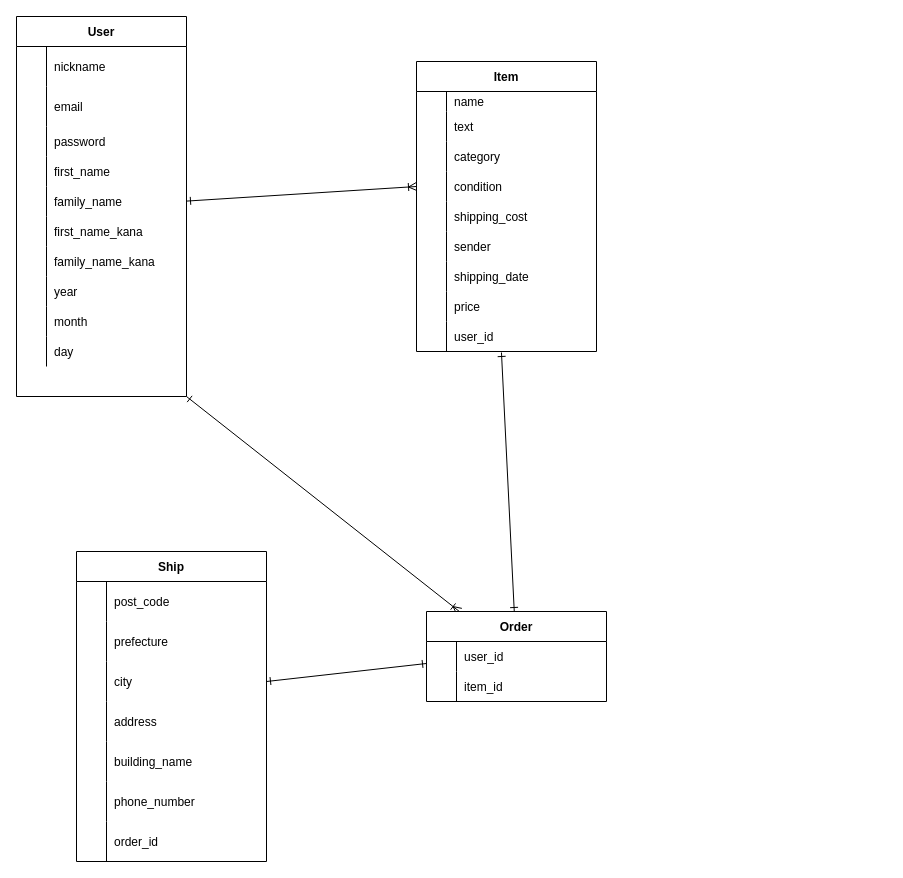
This is ER図.dio from kawamoto06/furima-38635, a draw.io file, before an edit. Source tidied: cells renumbered, new cells numbered last; positions are measured from the earlier drawing's top-left corner, leaving out a move shared by most shapes. Both pictures are drawn from the tidied source at 100%, with x=0, y=0 at pixel (16, 16).
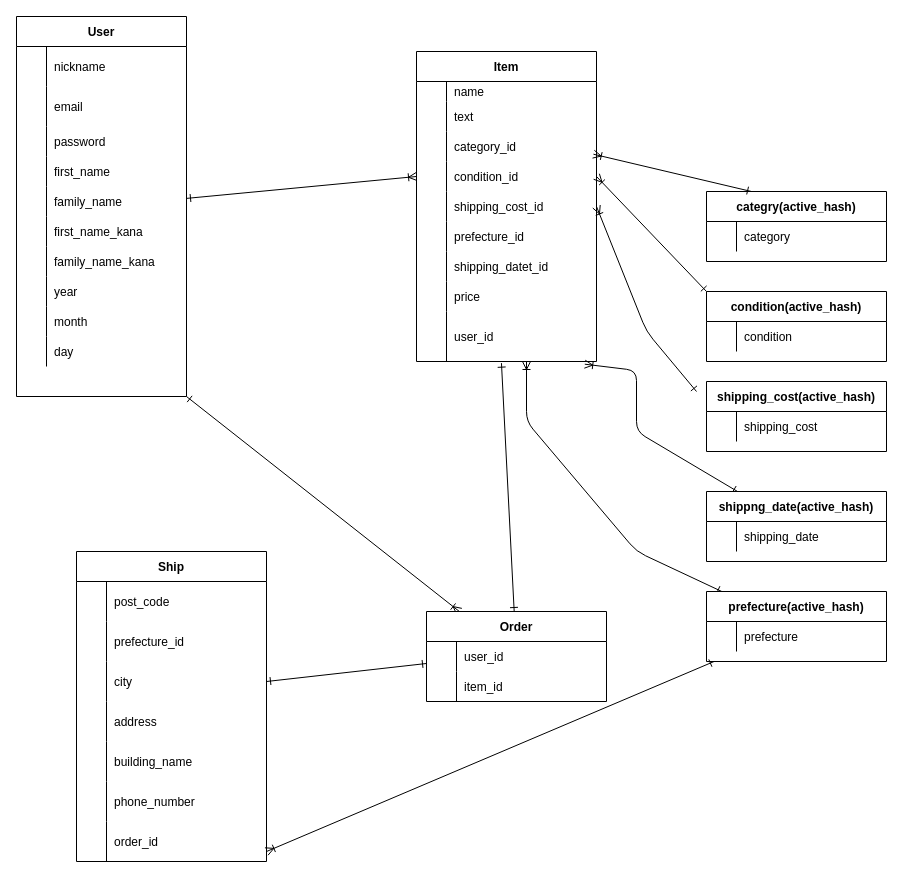
The same diagram, later.

Commit message (it also covers changes not shown here):
データベース設計修正#1

The change refers to these unchanged cells:
```xml
<mxCell id="42" style="shape=partialRectangle;fillColor=none;top=0;left=0;bottom=0;right=0;" parent="35" vertex="1">
  <mxGeometry y="80" width="180" height="30" as="geometry" />
</mxCell>
<mxCell id="45" style="shape=partialRectangle;fillColor=none;top=0;left=0;bottom=0;right=0;points=[[0,0.5],[1,0.5]];portConstraint=eastwest;" parent="35" vertex="1">
  <mxGeometry y="110" width="180" height="30" as="geometry" />
</mxCell>
<mxCell id="48" style="shape=partialRectangle;fillColor=none;top=0;left=0;bottom=0;right=0;points=[[0,0.5],[1,0.5]];portConstraint=eastwest;" parent="35" vertex="1">
  <mxGeometry y="140" width="180" height="30" as="geometry" />
</mxCell>
<mxCell id="51" style="shape=partialRectangle;fillColor=none;top=0;left=0;bottom=0;right=0;" parent="35" vertex="1">
  <mxGeometry y="170" width="180" height="30" as="geometry" />
</mxCell>
<mxCell id="54" style="shape=partialRectangle;fillColor=none;top=0;left=0;bottom=0;right=0;" parent="35" vertex="1">
  <mxGeometry y="200" width="180" height="30" as="geometry" />
</mxCell>
<mxCell id="75" style="shape=partialRectangle;fillColor=none;top=0;left=0;bottom=0;right=0;" parent="71" vertex="1">
  <mxGeometry y="70" width="190" height="40" as="geometry" />
</mxCell>
```

Change to the diagram source:
```diff
@@
     <mxCell id="35" value="Item" style="shape=table;startSize=30;childLayout=tableLayout;rowLines=0;fontStyle=1;align=center;strokeColor=default;" parent="1" vertex="1">
-      <mxGeometry x="400" y="45" width="180" height="290" as="geometry" />
+      <mxGeometry x="400" y="35" width="180" height="310" as="geometry" />
     </mxCell>
@@
-    <mxCell id="44" value="category" style="shape=partialRectangle;fillColor=none;top=0;left=0;bottom=0;right=0;align=left;spacingLeft=6;overflow=hidden;" parent="42" vertex="1">
+    <mxCell id="44" value="category_id" style="shape=partialRectangle;fillColor=none;top=0;left=0;bottom=0;right=0;align=left;spacingLeft=6;overflow=hidden;" parent="42" vertex="1">
       <mxGeometry x="30" width="150" height="30" as="geometry" />
     </mxCell>
@@
-    <mxCell id="47" value="condition" style="shape=partialRectangle;fillColor=none;top=0;left=0;bottom=0;right=0;align=left;spacingLeft=6;overflow=hidden;" parent="45" vertex="1">
+    <mxCell id="47" value="condition_id" style="shape=partialRectangle;fillColor=none;top=0;left=0;bottom=0;right=0;align=left;spacingLeft=6;overflow=hidden;" parent="45" vertex="1">
       <mxGeometry x="30" width="150" height="30" as="geometry" />
     </mxCell>
@@
-    <mxCell id="50" value="shipping_cost" style="shape=partialRectangle;fillColor=none;top=0;left=0;bottom=0;right=0;align=left;spacingLeft=6;overflow=hidden;" parent="48" vertex="1">
+    <mxCell id="50" value="shipping_cost_id" style="shape=partialRectangle;fillColor=none;top=0;left=0;bottom=0;right=0;align=left;spacingLeft=6;overflow=hidden;" parent="48" vertex="1">
       <mxGeometry x="30" width="150" height="30" as="geometry" />
     </mxCell>
@@
-    <mxCell id="53" value="sender" style="shape=partialRectangle;fillColor=none;top=0;left=0;bottom=0;right=0;align=left;spacingLeft=6;overflow=hidden;" parent="51" vertex="1">
+    <mxCell id="53" value="prefecture_id" style="shape=partialRectangle;fillColor=none;top=0;left=0;bottom=0;right=0;align=left;spacingLeft=6;overflow=hidden;" parent="51" vertex="1">
       <mxGeometry x="30" width="150" height="30" as="geometry" />
     </mxCell>
@@
-    <mxCell id="56" value="shipping_date" style="shape=partialRectangle;fillColor=none;top=0;left=0;bottom=0;right=0;align=left;spacingLeft=6;overflow=hidden;" parent="54" vertex="1">
+    <mxCell id="56" value="shipping_datet_id" style="shape=partialRectangle;fillColor=none;top=0;left=0;bottom=0;right=0;align=left;spacingLeft=6;overflow=hidden;" parent="54" vertex="1">
       <mxGeometry x="30" width="150" height="30" as="geometry" />
     </mxCell>
@@
     <mxCell id="60" style="shape=partialRectangle;fillColor=none;top=0;left=0;bottom=0;right=0;points=[[0,0.5],[1,0.5]];portConstraint=eastwest;" parent="35" vertex="1">
-      <mxGeometry y="260" width="180" height="30" as="geometry" />
+      <mxGeometry y="260" width="180" height="50" as="geometry" />
     </mxCell>
     <mxCell id="61" style="shape=partialRectangle;fillColor=none;top=0;left=0;bottom=0;right=0;overflow=hidden;" parent="60" vertex="1">
-      <mxGeometry width="30" height="30" as="geometry" />
+      <mxGeometry width="30" height="50" as="geometry" />
     </mxCell>
     <mxCell id="62" value="user_id" style="shape=partialRectangle;fillColor=none;top=0;left=0;bottom=0;right=0;align=left;spacingLeft=6;overflow=hidden;" parent="60" vertex="1">
-      <mxGeometry x="30" width="150" height="30" as="geometry" />
+      <mxGeometry x="30" width="150" height="50" as="geometry" />
     </mxCell>
@@
-    <mxCell id="77" value="prefecture" style="shape=partialRectangle;fillColor=none;top=0;left=0;bottom=0;right=0;align=left;spacingLeft=6;overflow=hidden;" parent="75" vertex="1">
+    <mxCell id="77" value="prefecture_id" style="shape=partialRectangle;fillColor=none;top=0;left=0;bottom=0;right=0;align=left;spacingLeft=6;overflow=hidden;" parent="75" vertex="1">
       <mxGeometry x="30" width="160" height="40" as="geometry" />
     </mxCell>
@@
+    <mxCell id="94" value="categry(active_hash)" style="shape=table;startSize=30;childLayout=tableLayout;rowLines=0;fontStyle=1;align=center;" parent="1" vertex="1">
+      <mxGeometry x="690" y="175" width="180" height="70" as="geometry" />
+    </mxCell>
+    <mxCell id="95" style="shape=partialRectangle;fillColor=none;top=0;left=0;bottom=0;right=0;" parent="94" vertex="1">
+      <mxGeometry y="30" width="180" height="30" as="geometry" />
+    </mxCell>
+    <mxCell id="96" style="shape=partialRectangle;fillColor=none;top=0;left=0;bottom=0;right=0;overflow=hidden;" parent="95" vertex="1">
+      <mxGeometry width="30" height="30" as="geometry" />
+    </mxCell>
+    <mxCell id="97" value="category" style="shape=partialRectangle;fillColor=none;top=0;left=0;bottom=0;right=0;align=left;spacingLeft=6;overflow=hidden;" parent="95" vertex="1">
+      <mxGeometry x="30" width="150" height="30" as="geometry" />
+    </mxCell>
+    <mxCell id="98" value="condition(active_hash)" style="shape=table;startSize=30;childLayout=tableLayout;rowLines=0;fontStyle=1;align=center;" parent="1" vertex="1">
+      <mxGeometry x="690" y="275" width="180" height="70" as="geometry" />
+    </mxCell>
+    <mxCell id="99" style="shape=partialRectangle;fillColor=none;top=0;left=0;bottom=0;right=0;" parent="98" vertex="1">
+      <mxGeometry y="30" width="180" height="30" as="geometry" />
+    </mxCell>
+    <mxCell id="100" style="shape=partialRectangle;fillColor=none;top=0;left=0;bottom=0;right=0;overflow=hidden;" parent="99" vertex="1">
+      <mxGeometry width="30" height="30" as="geometry" />
+    </mxCell>
+    <mxCell id="101" value="condition" style="shape=partialRectangle;fillColor=none;top=0;left=0;bottom=0;right=0;align=left;spacingLeft=6;overflow=hidden;" parent="99" vertex="1">
+      <mxGeometry x="30" width="150" height="30" as="geometry" />
+    </mxCell>
+    <mxCell id="102" value="shipping_cost(active_hash)" style="shape=table;startSize=30;childLayout=tableLayout;rowLines=0;fontStyle=1;align=center;" parent="1" vertex="1">
+      <mxGeometry x="690" y="365" width="180" height="70" as="geometry" />
+    </mxCell>
+    <mxCell id="103" style="shape=partialRectangle;fillColor=none;top=0;left=0;bottom=0;right=0;" parent="102" vertex="1">
+      <mxGeometry y="30" width="180" height="30" as="geometry" />
+    </mxCell>
+    <mxCell id="104" style="shape=partialRectangle;fillColor=none;top=0;left=0;bottom=0;right=0;overflow=hidden;" parent="103" vertex="1">
+      <mxGeometry width="30" height="30" as="geometry" />
+    </mxCell>
+    <mxCell id="105" value="shipping_cost" style="shape=partialRectangle;fillColor=none;top=0;left=0;bottom=0;right=0;align=left;spacingLeft=6;overflow=hidden;" parent="103" vertex="1">
+      <mxGeometry x="30" width="150" height="30" as="geometry" />
+    </mxCell>
+    <mxCell id="106" style="edgeStyle=none;html=1;entryX=0.935;entryY=1.054;entryDx=0;entryDy=0;entryPerimeter=0;endArrow=ERoneToMany;endFill=0;startArrow=ERone;startFill=0;" parent="1" edge="1" source="107" target="60">
+      <mxGeometry relative="1" as="geometry">
+        <Array as="points">
+          <mxPoint x="620" y="415" />
+          <mxPoint x="620" y="354" />
+        </Array>
+      </mxGeometry>
+    </mxCell>
+    <mxCell id="107" value="shippng_date(active_hash)" style="shape=table;startSize=30;childLayout=tableLayout;rowLines=0;fontStyle=1;align=center;" parent="1" vertex="1">
+      <mxGeometry x="690" y="475" width="180" height="70" as="geometry" />
+    </mxCell>
+    <mxCell id="108" style="shape=partialRectangle;fillColor=none;top=0;left=0;bottom=0;right=0;" parent="107" vertex="1">
+      <mxGeometry y="30" width="180" height="30" as="geometry" />
+    </mxCell>
+    <mxCell id="109" style="shape=partialRectangle;fillColor=none;top=0;left=0;bottom=0;right=0;overflow=hidden;" parent="108" vertex="1">
+      <mxGeometry width="30" height="30" as="geometry" />
+    </mxCell>
+    <mxCell id="110" value="shipping_date" style="shape=partialRectangle;fillColor=none;top=0;left=0;bottom=0;right=0;align=left;spacingLeft=6;overflow=hidden;" parent="108" vertex="1">
+      <mxGeometry x="30" width="150" height="30" as="geometry" />
+    </mxCell>
+    <mxCell id="111" style="edgeStyle=none;html=1;endArrow=ERoneToMany;endFill=0;startArrow=ERone;startFill=0;" parent="1" edge="1" source="113">
+      <mxGeometry relative="1" as="geometry">
+        <mxPoint x="510" y="345" as="targetPoint" />
+        <Array as="points">
+          <mxPoint x="620" y="535" />
+          <mxPoint x="510" y="405" />
+        </Array>
+      </mxGeometry>
+    </mxCell>
+    <mxCell id="112" style="edgeStyle=none;html=1;endArrow=ERoneToMany;endFill=0;startArrow=ERone;startFill=0;" parent="1" edge="1" source="113">
+      <mxGeometry relative="1" as="geometry">
+        <mxPoint x="250" y="835" as="targetPoint" />
+      </mxGeometry>
+    </mxCell>
+    <mxCell id="113" value="prefecture(active_hash)" style="shape=table;startSize=30;childLayout=tableLayout;rowLines=0;fontStyle=1;align=center;" parent="1" vertex="1">
+      <mxGeometry x="690" y="575" width="180" height="70" as="geometry" />
+    </mxCell>
+    <mxCell id="114" style="shape=partialRectangle;fillColor=none;top=0;left=0;bottom=0;right=0;" parent="113" vertex="1">
+      <mxGeometry y="30" width="180" height="30" as="geometry" />
+    </mxCell>
+    <mxCell id="115" style="shape=partialRectangle;fillColor=none;top=0;left=0;bottom=0;right=0;overflow=hidden;" parent="114" vertex="1">
+      <mxGeometry width="30" height="30" as="geometry" />
+    </mxCell>
+    <mxCell id="116" value="prefecture" style="shape=partialRectangle;fillColor=none;top=0;left=0;bottom=0;right=0;align=left;spacingLeft=6;overflow=hidden;" parent="114" vertex="1">
+      <mxGeometry x="30" width="150" height="30" as="geometry" />
+    </mxCell>
+    <mxCell id="117" style="edgeStyle=none;html=1;entryX=0.983;entryY=-0.243;entryDx=0;entryDy=0;entryPerimeter=0;exitX=0.25;exitY=0;exitDx=0;exitDy=0;endArrow=ERoneToMany;endFill=0;startArrow=ERone;startFill=0;" parent="1" edge="1" source="94" target="45">
+      <mxGeometry relative="1" as="geometry" />
+    </mxCell>
+    <mxCell id="118" style="edgeStyle=none;html=1;entryX=1;entryY=0.5;entryDx=0;entryDy=0;exitX=0;exitY=0;exitDx=0;exitDy=0;endArrow=ERoneToMany;endFill=0;startArrow=ERone;startFill=0;" parent="1" edge="1" source="98" target="45">
+      <mxGeometry relative="1" as="geometry" />
+    </mxCell>
+    <mxCell id="119" style="edgeStyle=none;html=1;entryX=1;entryY=0.5;entryDx=0;entryDy=0;endArrow=ERoneToMany;endFill=0;startArrow=ERone;startFill=0;" parent="1" edge="1" target="48">
+      <mxGeometry relative="1" as="geometry">
+        <mxPoint x="680" y="375" as="sourcePoint" />
+        <Array as="points">
+          <mxPoint x="630" y="315" />
+        </Array>
+      </mxGeometry>
+    </mxCell>
```
